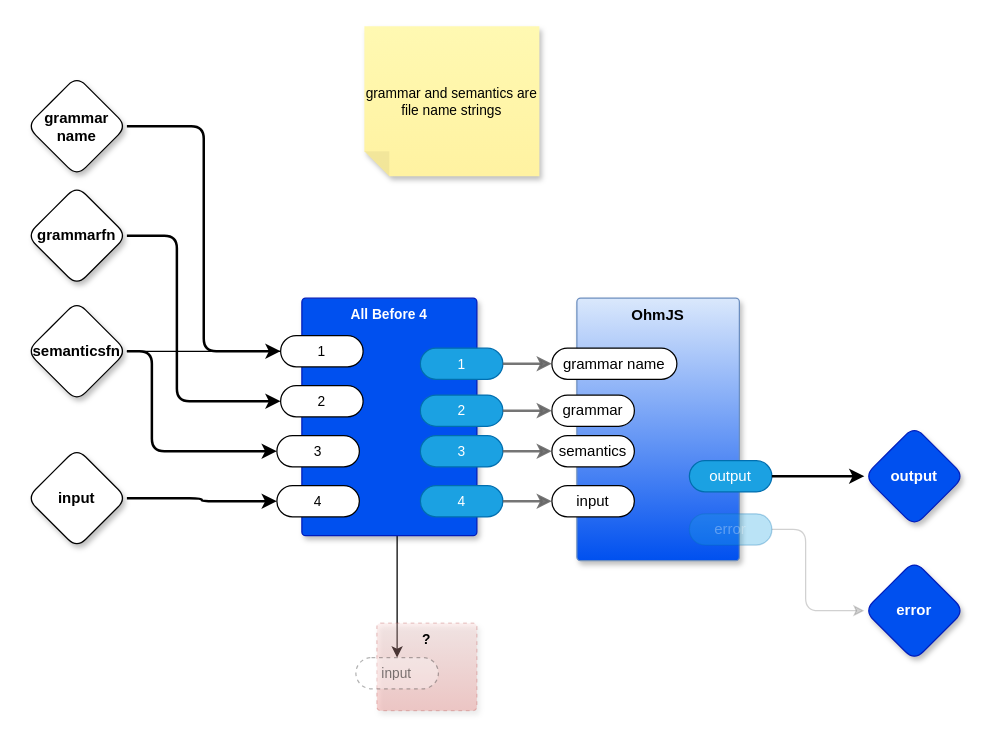
Before: page "Ohm (using file names)" (3 of 7) of src/demo_abcjs.drawio in guitarvydas/0dproto, a draw.io diagram. Source tidied: cells renumbered, new cells numbered last; positions are measured from the earlier drawing's top-left corner, leaving out a move shared by most shapes. Both pictures are drawn from the tidied source at 125%, with x=0, y=0 at pixel (26, 25).
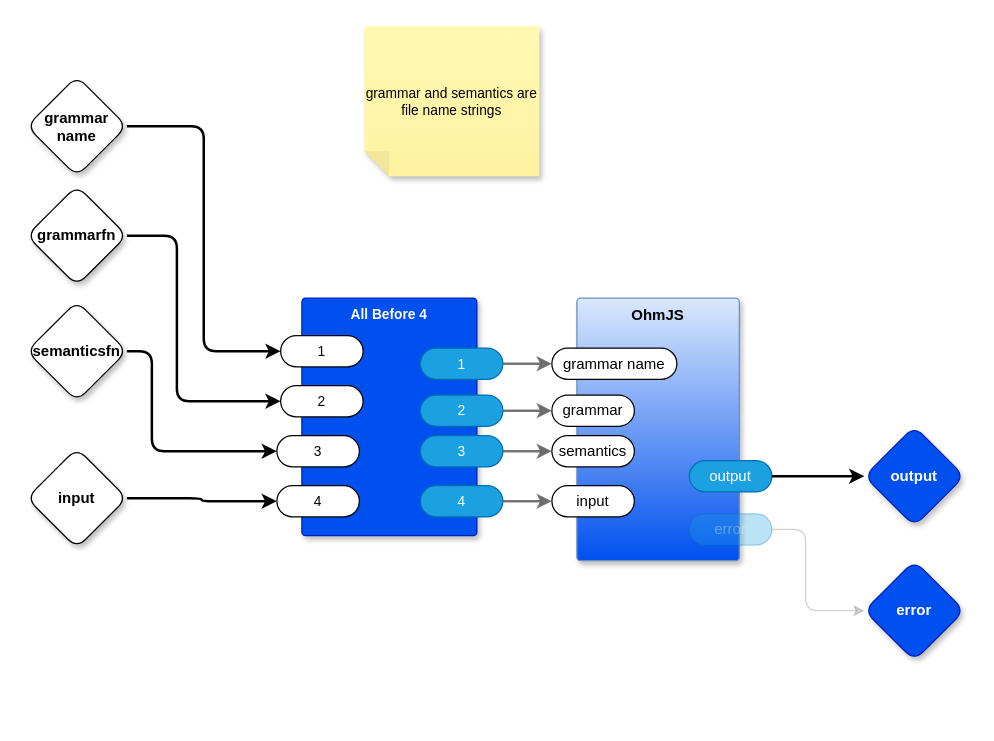
Above is the later version.

The change refers to these unchanged cells:
```xml
<mxCell id="11" value="semanticsfn" style="rhombus;whiteSpace=wrap;html=1;rounded=1;fontStyle=1;glass=0;sketch=0;fontSize=12;points=[[0,0.5,0,0,0],[0.5,0,0,0,0],[0.5,1,0,0,0],[1,0.5,0,0,0]];shadow=1;fontFamily=Helvetica;fontColor=default;" parent="1" vertex="1">
  <mxGeometry y="220.5" width="80" height="80" as="geometry" />
</mxCell>
```

Diff of the diagram source:
```diff
@@
-    <mxCell id="12" style="edgeStyle=orthogonalEdgeStyle;rounded=0;jettySize=auto;html=1;exitX=1;exitY=0.5;exitDx=0;exitDy=0;exitPerimeter=0;" parent="1" edge="1" source="11" target="37">
-      <mxGeometry relative="1" as="geometry" />
-    </mxCell>
@@
-    <mxCell id="36" value="?" style="rounded=1;whiteSpace=wrap;html=1;sketch=0;verticalAlign=top;arcSize=6;fontStyle=1;absoluteArcSize=1;shadow=1;strokeColor=#b85450;fillColor=#f8cecc;fontFamily=Helvetica;fontSize=11;dashed=1;opacity=30;gradientColor=#ea6b66;" parent="1" vertex="1">
-      <mxGeometry x="280" y="478" width="80" height="70" as="geometry" />
-    </mxCell>
-    <mxCell id="37" value="input" style="rounded=1;whiteSpace=wrap;html=1;sketch=0;points=[[0,0.5,0,0,0],[1,0.5,0,0,0]];arcSize=50;fontFamily=Helvetica;fontSize=11;fontColor=default;dashed=1;textOpacity=50;opacity=30;" parent="36" vertex="1">
-      <mxGeometry x="-16.8" y="27.5" width="66" height="25" as="geometry" />
-    </mxCell>
```
